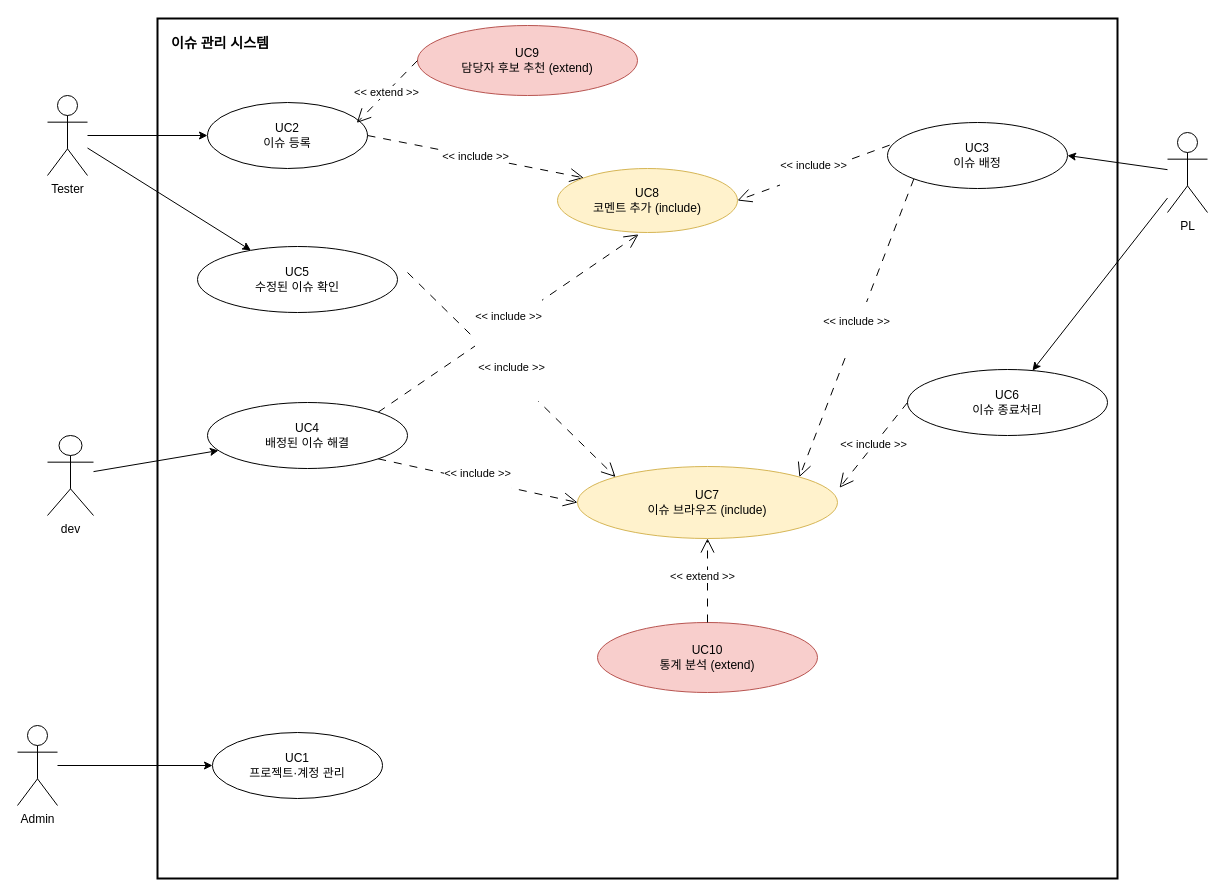
cau-sw-2026-spring-se01-team5/SE-Spring-Term-Project keeps this draw.io diagram as 산출물/02. Use-Case/usecases-ver2.1/its-use-case-diagram.drawio. Above is the earlier version. Source tidied: cells renumbered, new cells numbered last; positions are measured from the earlier drawing's top-left corner, leaving out a move shared by most shapes. Both pictures are drawn from the tidied source at 100%, with x=0, y=0 at pixel (17, 18).
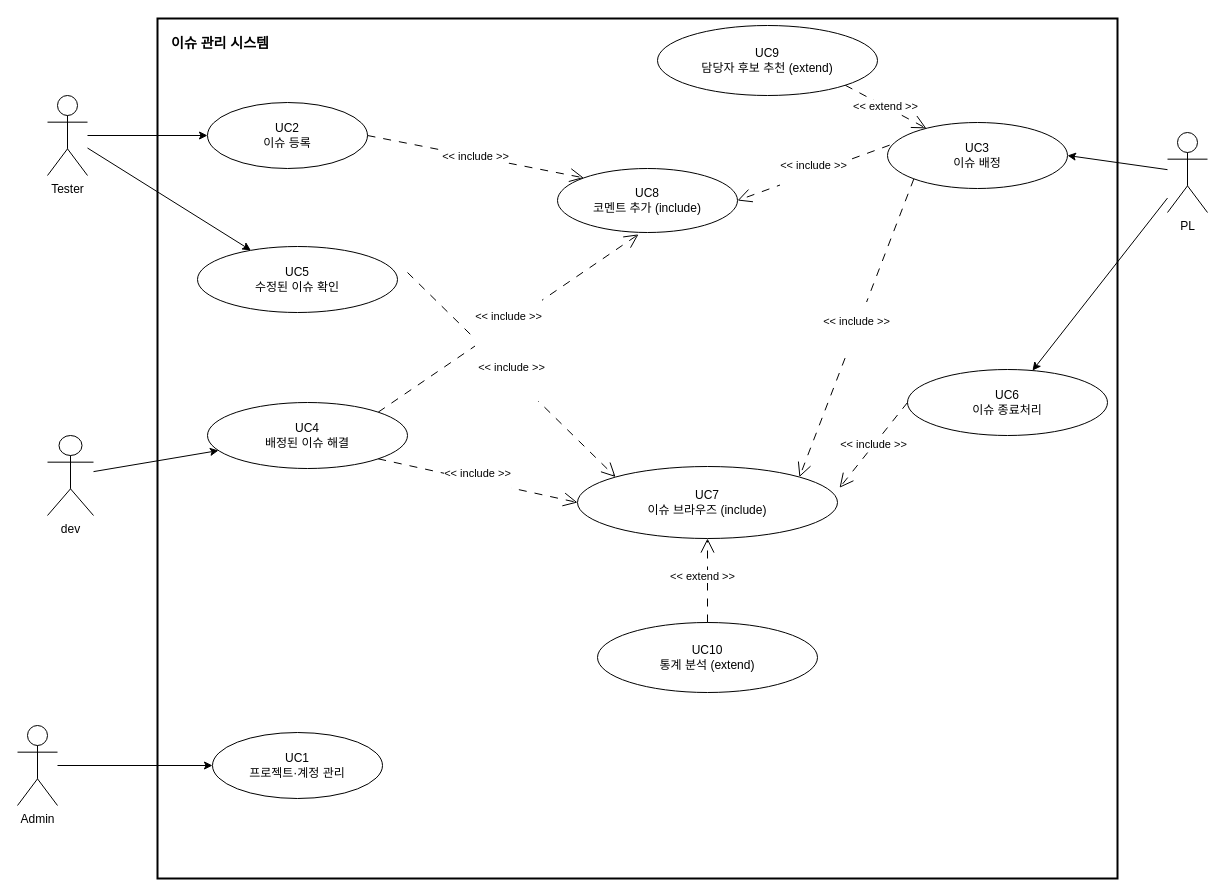
The same diagram, later.

Unchanged cells that the change refers to:
```xml
<mxCell id="8" value="UC2&lt;br&gt;이슈 등록" style="ellipse;whiteSpace=wrap;html=1;" parent="1" vertex="1">
  <mxGeometry x="190" y="84" width="160" height="66" as="geometry" />
</mxCell>
<mxCell id="9" value="UC3&lt;br&gt;이슈 배정" style="ellipse;whiteSpace=wrap;html=1;" parent="1" vertex="1">
  <mxGeometry x="870" y="104" width="180" height="66" as="geometry" />
</mxCell>
```

The edit, as a diff of the source:
```diff
@@
-    <mxCell id="13" value="&lt;font color=&quot;#000000&quot;&gt;UC7&lt;br&gt;이슈 브라우즈 (include)&lt;/font&gt;" style="ellipse;whiteSpace=wrap;html=1;fillColor=#fff2cc;strokeColor=#d6b656;" parent="1" vertex="1">
+    <mxCell id="13" value="&lt;font color=&quot;#000000&quot;&gt;UC7&lt;br&gt;이슈 브라우즈 (include)&lt;/font&gt;" style="ellipse;whiteSpace=wrap;html=1;" parent="1" vertex="1">
       <mxGeometry x="560" y="448" width="260" height="72" as="geometry" />
     </mxCell>
-    <mxCell id="14" value="UC9&lt;br&gt;담당자 후보 추천 (extend)" style="ellipse;whiteSpace=wrap;html=1;fillColor=#f8cecc;strokeColor=#b85450;" parent="1" vertex="1">
-      <mxGeometry x="400" y="7" width="220" height="70" as="geometry" />
+    <mxCell id="14" value="UC9&lt;br&gt;담당자 후보 추천 (extend)" style="ellipse;whiteSpace=wrap;html=1;" parent="1" vertex="1">
+      <mxGeometry x="640" y="7" width="220" height="70" as="geometry" />
     </mxCell>
-    <mxCell id="15" value="UC10&lt;br&gt;통계 분석 (extend)" style="ellipse;whiteSpace=wrap;html=1;fillColor=#f8cecc;strokeColor=#b85450;" parent="1" vertex="1">
+    <mxCell id="15" value="UC10&lt;br&gt;통계 분석 (extend)" style="ellipse;whiteSpace=wrap;html=1;" parent="1" vertex="1">
       <mxGeometry x="580" y="604" width="220" height="70" as="geometry" />
     </mxCell>
@@
-    <mxCell id="29" value="&amp;lt;&amp;lt; extend &amp;gt;&amp;gt;" style="html=1;rounded=0;strokeWidth=1;fontSize=11;labelBackgroundColor=#ffffff;dashed=1;dashPattern=8 8;endArrow=open;endSize=12;endFill=0;startArrow=none;exitX=0.06;exitY=0.492;entryX=0.933;entryY=0.309;entryDx=0;entryDy=0;entryPerimeter=0;" parent="1" edge="1" source="14" target="8">
+    <mxCell id="29" value="&amp;lt;&amp;lt; extend &amp;gt;&amp;gt;" style="html=1;rounded=0;strokeWidth=1;fontSize=11;labelBackgroundColor=#ffffff;dashed=1;dashPattern=8 8;endArrow=open;endSize=12;endFill=0;startArrow=none;exitX=1;exitY=1;exitDx=0;exitDy=0;" parent="1" edge="1" source="14" target="9">
       <mxGeometry relative="1" as="geometry" />
     </mxCell>
@@
-    <mxCell id="32" value="UC8&lt;br&gt;코멘트 추가&amp;nbsp;(include)" style="ellipse;whiteSpace=wrap;html=1;fillColor=#fff2cc;strokeColor=#d6b656;" parent="1" vertex="1">
+    <mxCell id="32" value="UC8&lt;br&gt;코멘트 추가&amp;nbsp;(include)" style="ellipse;whiteSpace=wrap;html=1;" parent="1" vertex="1">
       <mxGeometry x="540" y="150" width="180" height="64" as="geometry" />
     </mxCell>
```
